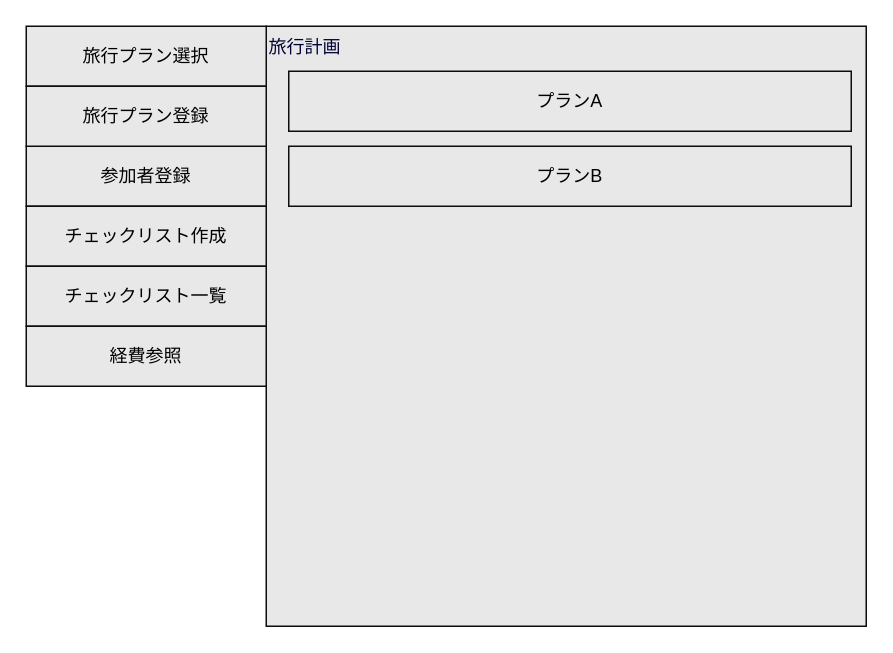
Before: page "旅行計画参照" (7 of 18) of doc/screen.dio in missyu3/our_trip_old, a draw.io diagram. Source tidied: cells renumbered, new cells numbered last; positions are measured from the earlier drawing's top-left corner, leaving out a move shared by most shapes. Both pictures are drawn from the tidied source at 150%, with x=0, y=0 at pixel (26, 26).
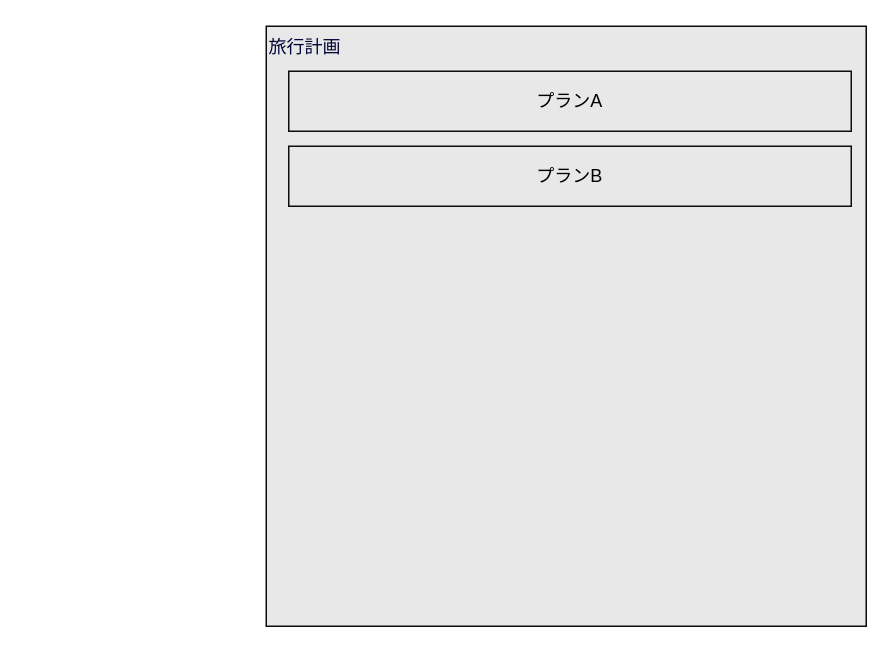
The same page after the edit.

Diff of the diagram source:
```diff
@@
 <mxGraphModel>
   <root>
     <mxCell id="0" />
     <mxCell id="1" parent="0" />
     <mxCell id="2" value="旅行計画" style="rounded=0;whiteSpace=wrap;html=1;fillColor=#E8E8E8;fontColor=#000033;strokeColor=#0D0D0D;align=left;verticalAlign=top;" parent="1" vertex="1">
       <mxGeometry x="160" width="400" height="400" as="geometry" />
     </mxCell>
-    <mxCell id="3" value="&lt;span style=&quot;color: rgb(0, 0, 0);&quot;&gt;参加者登録&lt;/span&gt;" style="rounded=0;whiteSpace=wrap;html=1;fillColor=#E8E8E8;fontColor=#000033;strokeColor=#0D0D0D;align=center;verticalAlign=middle;" parent="1" vertex="1">
-      <mxGeometry y="80" width="160" height="40" as="geometry" />
-    </mxCell>
-    <mxCell id="4" value="&lt;span style=&quot;color: rgb(0, 0, 0);&quot;&gt;旅行プラン選択&lt;/span&gt;" style="rounded=0;whiteSpace=wrap;html=1;fillColor=#E8E8E8;fontColor=#000033;strokeColor=#0D0D0D;align=center;verticalAlign=middle;" parent="1" vertex="1">
-      <mxGeometry width="160" height="40" as="geometry" />
-    </mxCell>
-    <mxCell id="5" value="&lt;span style=&quot;color: rgb(0, 0, 0);&quot;&gt;旅行プラン登録&lt;/span&gt;" style="rounded=0;whiteSpace=wrap;html=1;fillColor=#E8E8E8;fontColor=#000033;strokeColor=#0D0D0D;align=center;verticalAlign=middle;" parent="1" vertex="1">
-      <mxGeometry y="40" width="160" height="40" as="geometry" />
-    </mxCell>
-    <mxCell id="6" value="&lt;span style=&quot;color: rgb(0, 0, 0);&quot;&gt;チェックリスト作成&lt;/span&gt;" style="rounded=0;whiteSpace=wrap;html=1;fillColor=#E8E8E8;fontColor=#000033;strokeColor=#0D0D0D;align=center;verticalAlign=middle;" parent="1" vertex="1">
-      <mxGeometry y="120" width="160" height="40" as="geometry" />
-    </mxCell>
-    <mxCell id="7" value="&lt;span style=&quot;color: rgb(0, 0, 0);&quot;&gt;チェックリスト一覧&lt;/span&gt;" style="rounded=0;whiteSpace=wrap;html=1;fillColor=#E8E8E8;fontColor=#000033;strokeColor=#0D0D0D;align=center;verticalAlign=middle;" parent="1" vertex="1">
-      <mxGeometry y="160" width="160" height="40" as="geometry" />
-    </mxCell>
-    <mxCell id="8" value="&lt;span style=&quot;color: rgb(0, 0, 0);&quot;&gt;経費参照&lt;/span&gt;" style="rounded=0;whiteSpace=wrap;html=1;fillColor=#E8E8E8;fontColor=#000033;strokeColor=#0D0D0D;align=center;verticalAlign=middle;" parent="1" vertex="1">
-      <mxGeometry y="200" width="160" height="40" as="geometry" />
-    </mxCell>
     <mxCell id="9" style="edgeStyle=orthogonalEdgeStyle;rounded=0;orthogonalLoop=1;jettySize=auto;html=1;" parent="1" edge="1">
       <mxGeometry relative="1" as="geometry">
         <mxPoint x="525" y="70" as="sourcePoint" />
       </mxGeometry>
     </mxCell>
     <mxCell id="10" value="&lt;span style=&quot;color: rgb(0 , 0 , 0)&quot;&gt;プランA&lt;/span&gt;" style="rounded=0;whiteSpace=wrap;html=1;fillColor=#E8E8E8;fontColor=#000033;strokeColor=#0D0D0D;align=center;verticalAlign=middle;" parent="1" vertex="1">
       <mxGeometry x="175" y="30" width="375" height="40" as="geometry" />
     </mxCell>
     <mxCell id="11" value="&lt;span style=&quot;color: rgb(0 , 0 , 0)&quot;&gt;プランB&lt;/span&gt;&lt;span style=&quot;color: rgba(0 , 0 , 0 , 0) ; font-family: monospace ; font-size: 0px&quot;&gt;3CmxGraphModel%3E%3Croot%3E%3CmxCell%20id%3D%220%22%2F%3E%3CmxCell%20id%3D%221%22%20parent%3D%220%22%2F%3E%3CmxCell%20id%3D%222%22%20value%3D%22%26lt%3Bspan%20style%3D%26quot%3Bcolor%3A%20rgb(0%2C%200%2C%200)%3B%26quot%3B%26gt%3B%E6%97%85%E8%A1%8C%E3%83%97%E3%83%A9%E3%83%B3%E9%81%B8%E6%8A%9E%26lt%3B%2Fspan%26gt%3B%22%20style%3D%22rounded%3D0%3BwhiteSpace%3Dwrap%3Bhtml%3D1%3BfillColor%3D%23E8E8E8%3BfontColor%3D%23000033%3BstrokeColor%3D%230D0D0D%3Balign%3Dcenter%3BverticalAlign%3Dmiddle%3B%22%20vertex%3D%221%22%20parent%3D%221%22%3E%3CmxGeometry%20x%3D%2280%22%20y%3D%2280%22%20width%3D%22160%22%20height%3D%2240%22%20as%3D%22geometry%22%2F%3E%3C%2FmxCell%3E%3C%2Froot%3E%3C%2FmxGraphModel%3E&lt;/span&gt;" style="rounded=0;whiteSpace=wrap;html=1;fillColor=#E8E8E8;fontColor=#000033;strokeColor=#0D0D0D;align=center;verticalAlign=middle;" parent="1" vertex="1">
       <mxGeometry x="175" y="80" width="375" height="40" as="geometry" />
     </mxCell>
   </root>
 </mxGraphModel>
```
